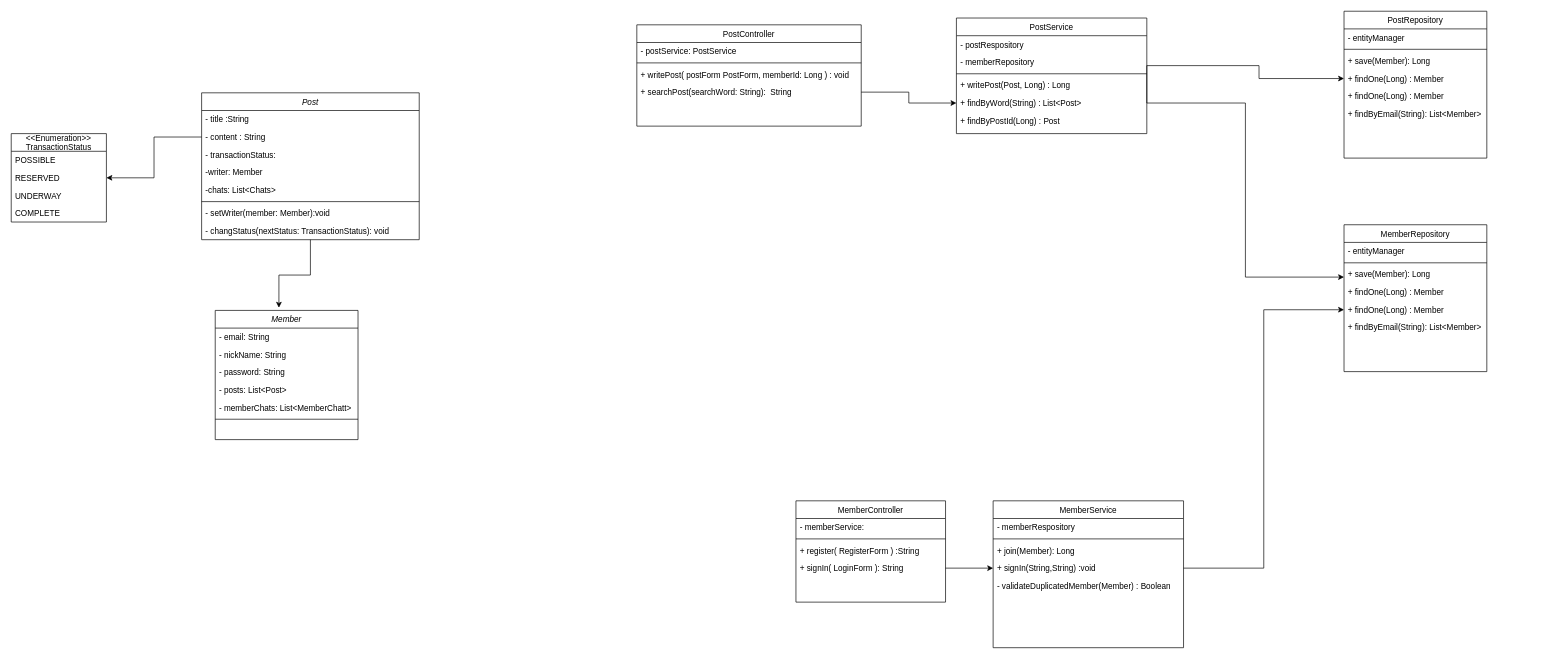
This is Class Diagram.drawio from rlagudtn/Share, a draw.io file, before an edit. Source tidied: cells renumbered, new cells numbered last; positions are measured from the earlier drawing's top-left corner, leaving out a move shared by most shapes. Both pictures are drawn from the tidied source at 68%, with x=0, y=0 at pixel (11, 11).
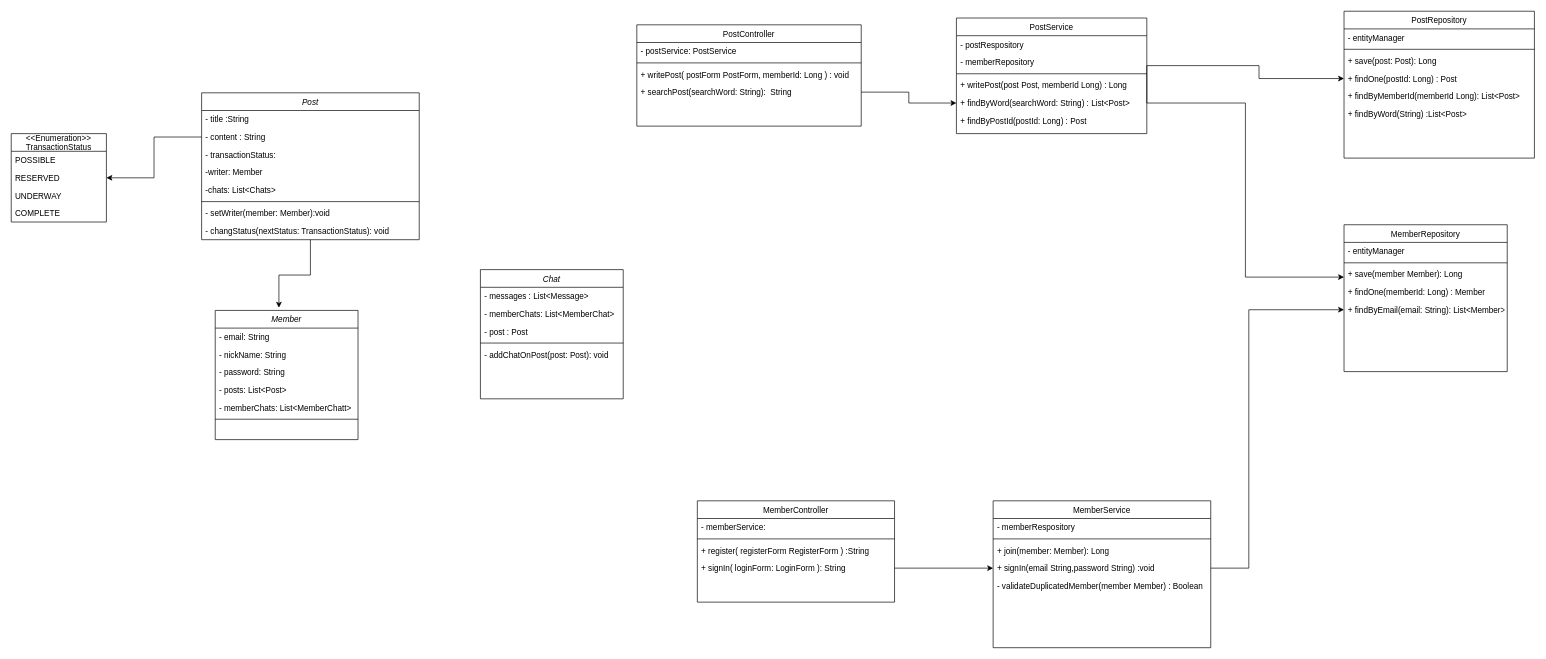
The same page after the edit.

The change refers to these unchanged cells:
```xml
<mxCell id="37" value="PostService" style="swimlane;fontStyle=0;align=center;verticalAlign=top;horizontal=1;startSize=26;rounded=0;shadow=0;strokeWidth=1;" parent="1" vertex="1">
  <mxGeometry x="1390" y="10" width="280" height="170" as="geometry" />
</mxCell>
```

Change to the diagram source:
```diff
@@
     <mxCell id="2" value="MemberRepository" style="swimlane;fontStyle=0;align=center;verticalAlign=top;horizontal=1;startSize=26;rounded=0;shadow=0;strokeWidth=1;" parent="1" vertex="1">
-      <mxGeometry x="1960" y="314" width="210" height="216" as="geometry" />
+      <mxGeometry x="1960" y="314" width="240" height="216" as="geometry" />
     </mxCell>
     <mxCell id="3" value="- entityManager" style="text;align=left;verticalAlign=top;spacingLeft=4;spacingRight=4;overflow=hidden;rounded=0;shadow=0;html=0;" parent="2" vertex="1">
-      <mxGeometry y="26" width="210" height="26" as="geometry" />
+      <mxGeometry y="26" width="240" height="26" as="geometry" />
     </mxCell>
     <mxCell id="4" style="line;html=1;strokeWidth=1;align=left;verticalAlign=middle;spacingTop=-1;spacingLeft=3;spacingRight=3;labelPosition=right;" parent="2" vertex="1">
-      <mxGeometry y="52" width="210" height="8" as="geometry" />
+      <mxGeometry y="52" width="240" height="8" as="geometry" />
     </mxCell>
-    <mxCell id="5" value="+ save(Member): Long" style="text;align=left;verticalAlign=top;spacingLeft=4;spacingRight=4;overflow=hidden;" parent="2" vertex="1">
-      <mxGeometry y="60" width="210" height="26" as="geometry" />
+    <mxCell id="5" value="+ save(member Member): Long" style="text;align=left;verticalAlign=top;spacingLeft=4;spacingRight=4;overflow=hidden;" parent="2" vertex="1">
+      <mxGeometry y="60" width="240" height="26" as="geometry" />
     </mxCell>
-    <mxCell id="6" value="+ findOne(Long) : Member" style="text;align=left;verticalAlign=top;spacingLeft=4;spacingRight=4;overflow=hidden;points=[[0,0.5],[1,0.5]];portConstraint=eastwest;" parent="2" vertex="1">
-      <mxGeometry y="86" width="210" height="26" as="geometry" />
+    <mxCell id="6" value="+ findOne(memberId: Long) : Member" style="text;align=left;verticalAlign=top;spacingLeft=4;spacingRight=4;overflow=hidden;points=[[0,0.5],[1,0.5]];portConstraint=eastwest;" parent="2" vertex="1">
+      <mxGeometry y="86" width="240" height="26" as="geometry" />
     </mxCell>
-    <mxCell id="7" value="+ findOne(Long) : Member" style="text;align=left;verticalAlign=top;spacingLeft=4;spacingRight=4;overflow=hidden;points=[[0,0.5],[1,0.5]];portConstraint=eastwest;" parent="2" vertex="1">
-      <mxGeometry y="112" width="210" height="26" as="geometry" />
-    </mxCell>
-    <mxCell id="8" value="+ findByEmail(String): List&lt;Member&gt;" style="text;align=left;verticalAlign=top;spacingLeft=4;spacingRight=4;overflow=hidden;" parent="2" vertex="1">
-      <mxGeometry y="138" width="210" height="26" as="geometry" />
+    <mxCell id="8" value="+ findByEmail(email: String): List&lt;Member&gt;" style="text;align=left;verticalAlign=top;spacingLeft=4;spacingRight=4;overflow=hidden;" parent="2" vertex="1">
+      <mxGeometry y="112" width="240" height="26" as="geometry" />
     </mxCell>
     <mxCell id="9" value="MemberService" style="swimlane;fontStyle=0;align=center;verticalAlign=top;horizontal=1;startSize=26;rounded=0;shadow=0;strokeWidth=1;" parent="1" vertex="1">
-      <mxGeometry x="1444" y="720" width="280" height="216" as="geometry" />
+      <mxGeometry x="1444" y="720" width="320" height="216" as="geometry" />
     </mxCell>
     <mxCell id="10" value="- memberRespository" style="text;align=left;verticalAlign=top;spacingLeft=4;spacingRight=4;overflow=hidden;rounded=0;shadow=0;html=0;" parent="9" vertex="1">
-      <mxGeometry y="26" width="280" height="26" as="geometry" />
+      <mxGeometry y="26" width="320" height="26" as="geometry" />
     </mxCell>
     <mxCell id="11" style="line;html=1;strokeWidth=1;align=left;verticalAlign=middle;spacingTop=-1;spacingLeft=3;spacingRight=3;labelPosition=right;" parent="9" vertex="1">
-      <mxGeometry y="52" width="280" height="8" as="geometry" />
+      <mxGeometry y="52" width="320" height="8" as="geometry" />
     </mxCell>
-    <mxCell id="12" value="+ join(Member): Long" style="text;align=left;verticalAlign=top;spacingLeft=4;spacingRight=4;overflow=hidden;" parent="9" vertex="1">
-      <mxGeometry y="60" width="280" height="26" as="geometry" />
+    <mxCell id="12" value="+ join(member: Member): Long" style="text;align=left;verticalAlign=top;spacingLeft=4;spacingRight=4;overflow=hidden;" parent="9" vertex="1">
+      <mxGeometry y="60" width="320" height="26" as="geometry" />
     </mxCell>
-    <mxCell id="13" value="+ signIn(String,String) :void " style="text;align=left;verticalAlign=top;spacingLeft=4;spacingRight=4;overflow=hidden;points=[[0,0.5],[1,0.5]];portConstraint=eastwest;" parent="9" vertex="1">
-      <mxGeometry y="86" width="280" height="26" as="geometry" />
+    <mxCell id="13" value="+ signIn(email String,password String) :void " style="text;align=left;verticalAlign=top;spacingLeft=4;spacingRight=4;overflow=hidden;points=[[0,0.5],[1,0.5]];portConstraint=eastwest;" parent="9" vertex="1">
+      <mxGeometry y="86" width="320" height="26" as="geometry" />
     </mxCell>
-    <mxCell id="14" value="- validateDuplicatedMember(Member) : Boolean" style="text;align=left;verticalAlign=top;spacingLeft=4;spacingRight=4;overflow=hidden;" parent="9" vertex="1">
-      <mxGeometry y="112" width="280" height="26" as="geometry" />
+    <mxCell id="14" value="- validateDuplicatedMember(member Member) : Boolean" style="text;align=left;verticalAlign=top;spacingLeft=4;spacingRight=4;overflow=hidden;" parent="9" vertex="1">
+      <mxGeometry y="112" width="320" height="26" as="geometry" />
     </mxCell>
     <mxCell id="15" value="MemberController" style="swimlane;fontStyle=0;align=center;verticalAlign=top;horizontal=1;startSize=26;rounded=0;shadow=0;strokeWidth=1;" parent="1" vertex="1">
-      <mxGeometry x="1154" y="720" width="220" height="149" as="geometry" />
+      <mxGeometry x="1009" y="720" width="290" height="149" as="geometry" />
     </mxCell>
     <mxCell id="16" value="- memberService:" style="text;align=left;verticalAlign=top;spacingLeft=4;spacingRight=4;overflow=hidden;" parent="15" vertex="1">
-      <mxGeometry y="26" width="220" height="26" as="geometry" />
+      <mxGeometry y="26" width="290" height="26" as="geometry" />
     </mxCell>
     <mxCell id="17" style="line;html=1;strokeWidth=1;align=left;verticalAlign=middle;spacingTop=-1;spacingLeft=3;spacingRight=3;labelPosition=right;" parent="15" vertex="1">
-      <mxGeometry y="52" width="220" height="8" as="geometry" />
+      <mxGeometry y="52" width="290" height="8" as="geometry" />
     </mxCell>
-    <mxCell id="18" value="+ register( RegisterForm ) :String" style="text;align=left;verticalAlign=top;spacingLeft=4;spacingRight=4;overflow=hidden;" parent="15" vertex="1">
-      <mxGeometry y="60" width="220" height="26" as="geometry" />
+    <mxCell id="18" value="+ register( registerForm RegisterForm ) :String" style="text;align=left;verticalAlign=top;spacingLeft=4;spacingRight=4;overflow=hidden;" parent="15" vertex="1">
+      <mxGeometry y="60" width="290" height="26" as="geometry" />
     </mxCell>
-    <mxCell id="19" value="+ signIn( LoginForm ): String" style="text;align=left;verticalAlign=top;spacingLeft=4;spacingRight=4;overflow=hidden;points=[[0,0.5],[1,0.5]];portConstraint=eastwest;" parent="15" vertex="1">
-      <mxGeometry y="86" width="220" height="26" as="geometry" />
+    <mxCell id="19" value="+ signIn( loginForm: LoginForm ): String" style="text;align=left;verticalAlign=top;spacingLeft=4;spacingRight=4;overflow=hidden;points=[[0,0.5],[1,0.5]];portConstraint=eastwest;" parent="15" vertex="1">
+      <mxGeometry y="86" width="290" height="26" as="geometry" />
     </mxCell>
@@
-    <mxCell id="28" style="edgeStyle=orthogonalEdgeStyle;rounded=0;jettySize=auto;html=1;exitX=1;exitY=0.5;exitDx=0;exitDy=0;entryX=0;entryY=0.5;entryDx=0;entryDy=0;" parent="1" edge="1" source="13" target="7">
-      <mxGeometry relative="1" as="geometry" />
+    <mxCell id="28" style="edgeStyle=orthogonalEdgeStyle;rounded=0;jettySize=auto;html=1;exitX=1;exitY=0.5;exitDx=0;exitDy=0;entryX=0;entryY=0.5;entryDx=0;entryDy=0;" parent="1" edge="1" source="13">
+      <mxGeometry relative="1" as="geometry">
+        <mxPoint x="1960" y="439" as="targetPoint" />
+        <Array as="points">
+          <mxPoint x="1820" y="819" />
+          <mxPoint x="1820" y="439" />
+        </Array>
+      </mxGeometry>
     </mxCell>
     <mxCell id="29" value="PostRepository" style="swimlane;fontStyle=0;align=center;verticalAlign=top;horizontal=1;startSize=26;rounded=0;shadow=0;strokeWidth=1;" parent="1" vertex="1">
-      <mxGeometry x="1960" width="210" height="216" as="geometry" />
+      <mxGeometry x="1960" width="280" height="216" as="geometry" />
     </mxCell>
     <mxCell id="30" value="- entityManager" style="text;align=left;verticalAlign=top;spacingLeft=4;spacingRight=4;overflow=hidden;rounded=0;shadow=0;html=0;" parent="29" vertex="1">
-      <mxGeometry y="26" width="210" height="26" as="geometry" />
+      <mxGeometry y="26" width="280" height="26" as="geometry" />
     </mxCell>
     <mxCell id="31" style="line;html=1;strokeWidth=1;align=left;verticalAlign=middle;spacingTop=-1;spacingLeft=3;spacingRight=3;labelPosition=right;" parent="29" vertex="1">
-      <mxGeometry y="52" width="210" height="8" as="geometry" />
+      <mxGeometry y="52" width="280" height="8" as="geometry" />
     </mxCell>
-    <mxCell id="32" value="+ save(Member): Long" style="text;align=left;verticalAlign=top;spacingLeft=4;spacingRight=4;overflow=hidden;" parent="29" vertex="1">
-      <mxGeometry y="60" width="210" height="26" as="geometry" />
+    <mxCell id="32" value="+ save(post: Post): Long" style="text;align=left;verticalAlign=top;spacingLeft=4;spacingRight=4;overflow=hidden;" parent="29" vertex="1">
+      <mxGeometry y="60" width="280" height="26" as="geometry" />
     </mxCell>
-    <mxCell id="33" value="+ findOne(Long) : Member" style="text;align=left;verticalAlign=top;spacingLeft=4;spacingRight=4;overflow=hidden;points=[[0,0.5],[1,0.5]];portConstraint=eastwest;" parent="29" vertex="1">
-      <mxGeometry y="86" width="210" height="26" as="geometry" />
+    <mxCell id="33" value="+ findOne(postId: Long) : Post" style="text;align=left;verticalAlign=top;spacingLeft=4;spacingRight=4;overflow=hidden;points=[[0,0.5],[1,0.5]];portConstraint=eastwest;" parent="29" vertex="1">
+      <mxGeometry y="86" width="280" height="26" as="geometry" />
     </mxCell>
-    <mxCell id="34" value="+ findOne(Long) : Member" style="text;align=left;verticalAlign=top;spacingLeft=4;spacingRight=4;overflow=hidden;" parent="29" vertex="1">
-      <mxGeometry y="112" width="210" height="26" as="geometry" />
-    </mxCell>
-    <mxCell id="35" value="+ findByEmail(String): List&lt;Member&gt;" style="text;align=left;verticalAlign=top;spacingLeft=4;spacingRight=4;overflow=hidden;" parent="29" vertex="1">
-      <mxGeometry y="138" width="210" height="26" as="geometry" />
+    <mxCell id="35" value="+ findByMemberId(memberId Long): List&lt;Post&gt;" style="text;align=left;verticalAlign=top;spacingLeft=4;spacingRight=4;overflow=hidden;" parent="29" vertex="1">
+      <mxGeometry y="112" width="280" height="26" as="geometry" />
     </mxCell>
+    <mxCell id="67" value="+ findByWord(String) :List&lt;Post&gt;" style="text;align=left;verticalAlign=top;spacingLeft=4;spacingRight=4;overflow=hidden;" parent="29" vertex="1">
+      <mxGeometry y="138" width="280" height="26" as="geometry" />
+    </mxCell>
@@
-    <mxCell id="41" value="+ writePost(Post, Long) : Long" style="text;align=left;verticalAlign=top;spacingLeft=4;spacingRight=4;overflow=hidden;" parent="37" vertex="1">
+    <mxCell id="41" value="+ writePost(post Post, memberId Long) : Long" style="text;align=left;verticalAlign=top;spacingLeft=4;spacingRight=4;overflow=hidden;" parent="37" vertex="1">
       <mxGeometry y="86" width="280" height="26" as="geometry" />
     </mxCell>
-    <mxCell id="42" value="+ findByWord(String) : List&lt;Post&gt;" style="text;align=left;verticalAlign=top;spacingLeft=4;spacingRight=4;overflow=hidden;points=[[0,0.5],[1,0.5]];portConstraint=eastwest;" parent="37" vertex="1">
+    <mxCell id="42" value="+ findByWord(searchWord: String) : List&lt;Post&gt;" style="text;align=left;verticalAlign=top;spacingLeft=4;spacingRight=4;overflow=hidden;points=[[0,0.5],[1,0.5]];portConstraint=eastwest;" parent="37" vertex="1">
       <mxGeometry y="112" width="280" height="26" as="geometry" />
     </mxCell>
-    <mxCell id="43" value="+ findByPostId(Long) : Post" style="text;align=left;verticalAlign=top;spacingLeft=4;spacingRight=4;overflow=hidden;" parent="37" vertex="1">
+    <mxCell id="43" value="+ findByPostId(postId: Long) : Post" style="text;align=left;verticalAlign=top;spacingLeft=4;spacingRight=4;overflow=hidden;" parent="37" vertex="1">
       <mxGeometry y="138" width="280" height="26" as="geometry" />
     </mxCell>
@@
+    <mxCell id="68" value="Chat" style="swimlane;fontStyle=2;align=center;verticalAlign=top;horizontal=1;startSize=26;rounded=0;shadow=0;strokeWidth=1;" parent="1" vertex="1">
+      <mxGeometry x="690" y="380" width="210" height="190" as="geometry" />
+    </mxCell>
+    <mxCell id="69" value="- messages : List&lt;Message&gt;" style="text;align=left;verticalAlign=top;spacingLeft=4;spacingRight=4;overflow=hidden;" parent="68" vertex="1">
+      <mxGeometry y="26" width="210" height="26" as="geometry" />
+    </mxCell>
+    <mxCell id="70" value="- memberChats: List&lt;MemberChat&gt; " style="text;align=left;verticalAlign=top;spacingLeft=4;spacingRight=4;overflow=hidden;rounded=0;shadow=0;html=0;" parent="68" vertex="1">
+      <mxGeometry y="52" width="210" height="26" as="geometry" />
+    </mxCell>
+    <mxCell id="71" value="- post : Post" style="text;align=left;verticalAlign=top;spacingLeft=4;spacingRight=4;overflow=hidden;rounded=0;shadow=0;html=0;" parent="68" vertex="1">
+      <mxGeometry y="78" width="210" height="26" as="geometry" />
+    </mxCell>
+    <mxCell id="72" style="line;html=1;strokeWidth=1;align=left;verticalAlign=middle;spacingTop=-1;spacingLeft=3;spacingRight=3;labelPosition=right;" parent="68" vertex="1">
+      <mxGeometry y="104" width="210" height="8" as="geometry" />
+    </mxCell>
+    <mxCell id="73" value="- addChatOnPost(post: Post): void" style="text;align=left;verticalAlign=top;spacingLeft=4;spacingRight=4;overflow=hidden;rounded=0;shadow=0;html=0;" parent="68" vertex="1">
+      <mxGeometry y="112" width="210" height="26" as="geometry" />
+    </mxCell>
```
